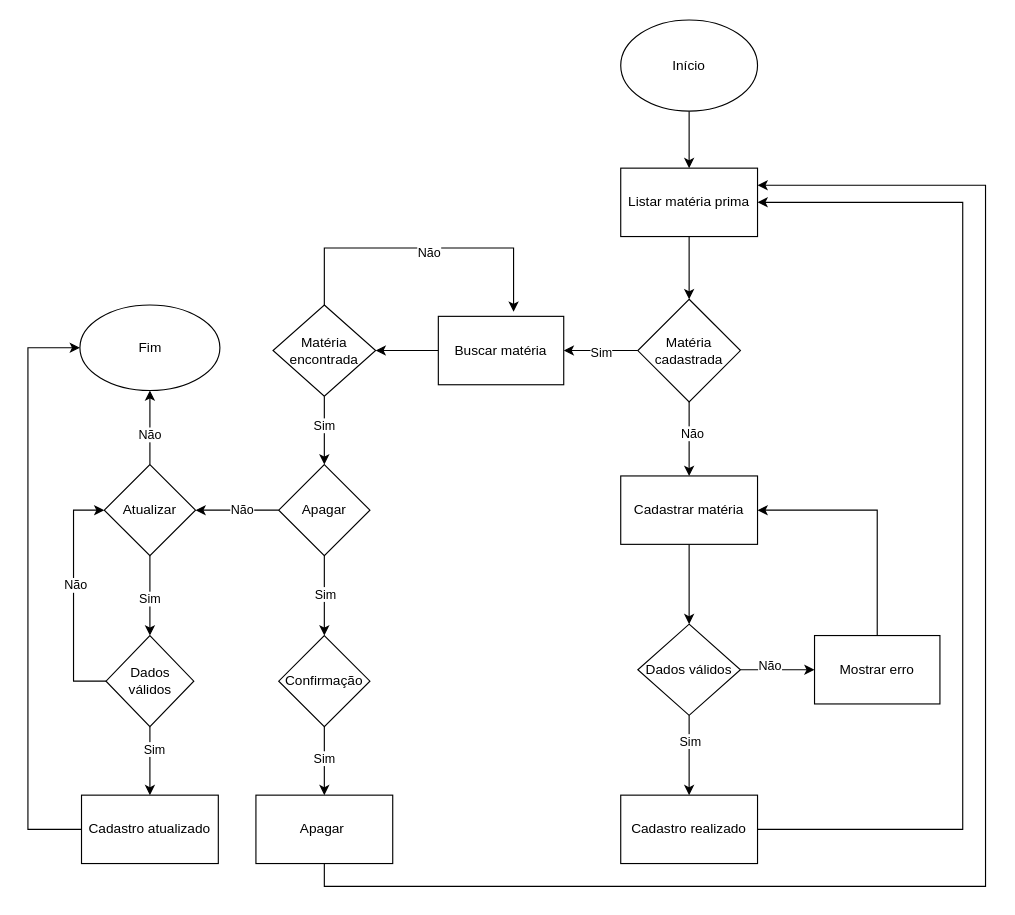
Above: page "Página-3" (3 of 9) of DOC/fluxograma.drawio in juliareis14/avatar.app (draw.io), before the change. Source tidied: cells renumbered, new cells numbered last; positions are measured from the earlier drawing's top-left corner, leaving out a move shared by most shapes. Both pictures are drawn from the tidied source at 114%, with x=0, y=0 at pixel (27, 19).
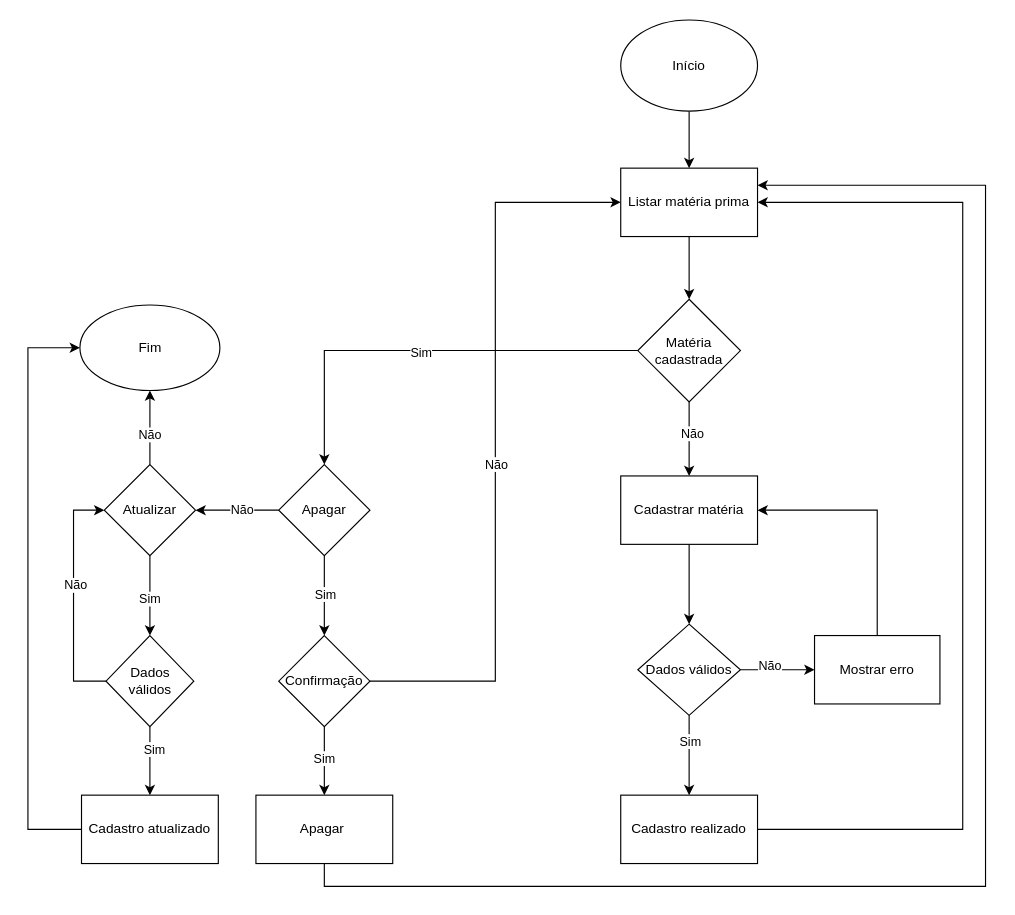
Above is the later version.

Unchanged cells that the change refers to:
```xml
<mxCell id="5" value="Listar matéria prima" style="whiteSpace=wrap;html=1;" parent="1" vertex="1">
  <mxGeometry x="520" y="130" width="120" height="60" as="geometry" />
</mxCell>
<mxCell id="10" value="Matéria cadastrada" style="rhombus;whiteSpace=wrap;html=1;" parent="1" vertex="1">
  <mxGeometry x="535" y="245" width="90" height="90" as="geometry" />
</mxCell>
<mxCell id="31" value="Apagar" style="rhombus;whiteSpace=wrap;html=1;" parent="1" vertex="1">
  <mxGeometry x="220" y="390" width="80" height="80" as="geometry" />
</mxCell>
<mxCell id="34" value="Confirmação" style="rhombus;whiteSpace=wrap;html=1;" parent="1" vertex="1">
  <mxGeometry x="220" y="540" width="80" height="80" as="geometry" />
</mxCell>
```

What changed in the source:
```diff
@@
-    <mxCell id="8" style="edgeStyle=orthogonalEdgeStyle;rounded=0;jettySize=auto;html=1;" parent="1" edge="1" source="10" target="14">
+    <mxCell id="8" style="edgeStyle=orthogonalEdgeStyle;rounded=0;jettySize=auto;html=1;" parent="1" edge="1" source="10" target="31">
       <mxGeometry relative="1" as="geometry" />
     </mxCell>
@@
-    <mxCell id="13" style="edgeStyle=orthogonalEdgeStyle;rounded=0;jettySize=auto;html=1;" parent="1" edge="1" source="14" target="26">
-      <mxGeometry relative="1" as="geometry" />
-    </mxCell>
-    <mxCell id="14" value="Buscar matéria" style="whiteSpace=wrap;html=1;" parent="1" vertex="1">
-      <mxGeometry x="360" y="260" width="110" height="60" as="geometry" />
-    </mxCell>
@@
-    <mxCell id="24" style="edgeStyle=orthogonalEdgeStyle;rounded=0;jettySize=auto;html=1;" parent="1" edge="1" source="26" target="31">
-      <mxGeometry relative="1" as="geometry" />
-    </mxCell>
-    <mxCell id="25" value="Sim" style="edgeLabel;html=1;align=center;verticalAlign=middle;" parent="24" vertex="1">
-      <mxGeometry x="-0.17" y="-1" relative="1" as="geometry" />
-    </mxCell>
-    <mxCell id="26" value="Matéria encontrada" style="rhombus;whiteSpace=wrap;html=1;" parent="1" vertex="1">
-      <mxGeometry x="215" y="250" width="90" height="80" as="geometry" />
-    </mxCell>
@@
+    <mxCell id="53" style="edgeStyle=orthogonalEdgeStyle;rounded=0;jettySize=auto;html=1;exitX=1;exitY=0.5;exitDx=0;exitDy=0;entryX=0;entryY=0.5;entryDx=0;entryDy=0;" parent="1" edge="1" source="34" target="5">
+      <mxGeometry relative="1" as="geometry" />
+    </mxCell>
+    <mxCell id="36" value="Não" style="edgeLabel;html=1;align=center;verticalAlign=middle;" parent="53" vertex="1">
+      <mxGeometry x="-0.06" relative="1" as="geometry" />
+    </mxCell>
@@
-    <mxCell id="35" style="edgeStyle=orthogonalEdgeStyle;rounded=0;jettySize=auto;html=1;entryX=0.6;entryY=-0.067;entryDx=0;entryDy=0;entryPerimeter=0;" parent="1" edge="1" source="26" target="14">
-      <mxGeometry relative="1" as="geometry">
-        <Array as="points">
-          <mxPoint x="260" y="200" />
-          <mxPoint x="426" y="200" />
-        </Array>
-      </mxGeometry>
-    </mxCell>
-    <mxCell id="36" value="Não" style="edgeLabel;html=1;align=center;verticalAlign=middle;" parent="35" vertex="1">
-      <mxGeometry x="0.04" y="-3" relative="1" as="geometry" />
-    </mxCell>
```
